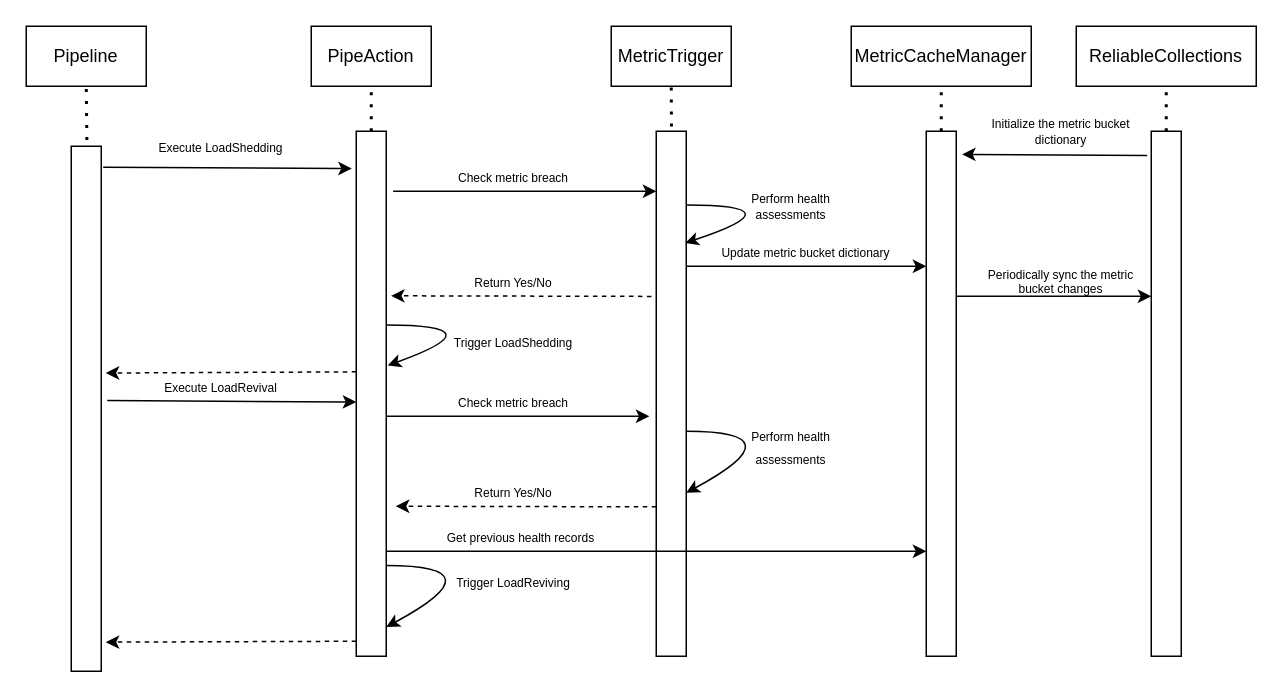
Earlier version of the draw.io diagram LS_phase_2_sequence.drawio (srinivas868/draw.io). Source tidied: cells renumbered, new cells numbered last; positions are measured from the earlier drawing's top-left corner, leaving out a move shared by most shapes. Both pictures are drawn from the tidied source at 150%, with x=0, y=0 at pixel (26, 26).
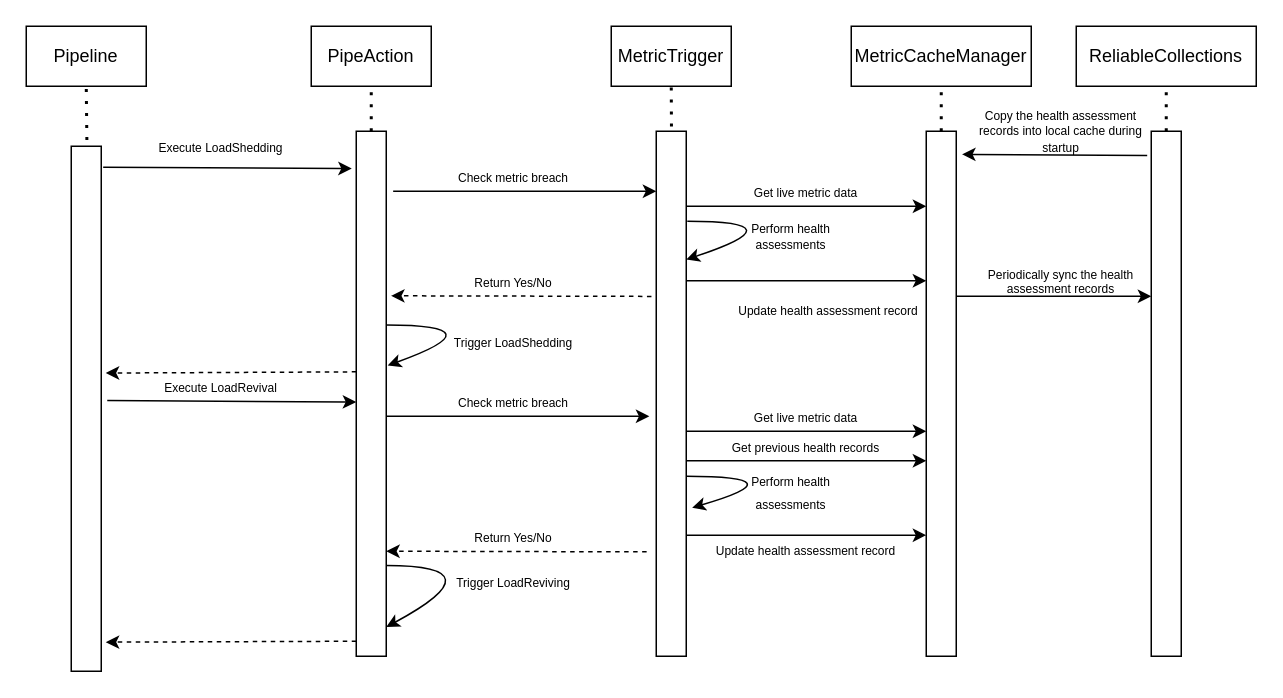
Above is the later version.

The change refers to these unchanged cells:
```xml
<mxCell id="4" style="rounded=0;whiteSpace=wrap;html=1;" parent="1" vertex="1">
  <mxGeometry x="420" y="70" width="20" height="350" as="geometry" />
</mxCell>
<mxCell id="5" style="rounded=0;whiteSpace=wrap;html=1;" parent="1" vertex="1">
  <mxGeometry x="600" y="70" width="20" height="350" as="geometry" />
</mxCell>
```

What changed in the source:
```diff
@@
     <mxCell id="21" value="&lt;p style=&quot;line-height: 70%;&quot;&gt;&lt;font style=&quot;font-size: 8px;&quot;&gt;Perform health assessments&lt;/font&gt;&lt;/p&gt;" style="text;html=1;strokeColor=none;fillColor=none;align=center;verticalAlign=middle;whiteSpace=wrap;rounded=0;" parent="1" vertex="1">
-      <mxGeometry x="470" y="110" width="80" height="20" as="geometry" />
+      <mxGeometry x="470" y="130" width="80" height="20" as="geometry" />
     </mxCell>
-    <mxCell id="22" style="endArrow=classic;html=1;exitX=1.193;exitY=0.2;exitDx=0;exitDy=0;exitPerimeter=0;curved=1;entryX=0.964;entryY=0.213;entryDx=0;entryDy=0;entryPerimeter=0;" parent="1" edge="1" target="4">
+    <mxCell id="22" style="endArrow=classic;html=1;exitX=1.193;exitY=0.2;exitDx=0;exitDy=0;exitPerimeter=0;curved=1;entryX=0.964;entryY=0.213;entryDx=0;entryDy=0;entryPerimeter=0;" parent="1" edge="1">
       <mxGeometry relative="1" as="geometry">
-        <mxPoint x="440" y="119.1" as="sourcePoint" />
+        <mxPoint x="440.7" y="130" as="sourcePoint" />
+        <mxPoint x="440" y="155.5" as="targetPoint" />
         <Array as="points">
-          <mxPoint x="516.1" y="119.1" />
+          <mxPoint x="516.9" y="130" />
         </Array>
       </mxGeometry>
     </mxCell>
@@
-    <mxCell id="31" style="endArrow=classic;html=1;exitX=1.193;exitY=0.2;exitDx=0;exitDy=0;exitPerimeter=0;curved=1;entryX=1.193;entryY=0.317;entryDx=0;entryDy=0;entryPerimeter=0;" parent="1" edge="1">
+    <mxCell id="31" style="endArrow=classic;html=1;exitX=1.193;exitY=0.2;exitDx=0;exitDy=0;exitPerimeter=0;curved=1;entryX=1.197;entryY=0.717;entryDx=0;entryDy=0;entryPerimeter=0;" parent="1" edge="1" target="4">
       <mxGeometry relative="1" as="geometry">
-        <mxPoint x="440" y="270" as="sourcePoint" />
-        <mxPoint x="440" y="311" as="targetPoint" />
+        <mxPoint x="440" y="300" as="sourcePoint" />
         <Array as="points">
-          <mxPoint x="516.1" y="270" />
+          <mxPoint x="516.1" y="300" />
         </Array>
       </mxGeometry>
     </mxCell>
     <mxCell id="32" value="&lt;font style=&quot;font-size: 8px;&quot;&gt;Perform health assessments&lt;/font&gt;" style="text;html=1;strokeColor=none;fillColor=none;align=center;verticalAlign=middle;whiteSpace=wrap;rounded=0;" parent="1" vertex="1">
-      <mxGeometry x="470" y="270" width="80" height="20" as="geometry" />
+      <mxGeometry x="470" y="300" width="80" height="20" as="geometry" />
     </mxCell>
-    <mxCell id="33" style="endArrow=classic;html=1;rounded=0;exitX=1.136;exitY=0.139;exitDx=0;exitDy=0;exitPerimeter=0;entryX=0;entryY=0.8;entryDx=0;entryDy=0;entryPerimeter=0;" parent="1" edge="1" target="5">
-      <mxGeometry relative="1" as="geometry">
-        <mxPoint x="240" y="350" as="sourcePoint" />
-      </mxGeometry>
-    </mxCell>
     <mxCell id="34" style="endArrow=classic;html=1;rounded=0;exitX=-0.093;exitY=0.353;exitDx=0;exitDy=0;exitPerimeter=0;entryX=1.021;entryY=0.342;entryDx=0;entryDy=0;entryPerimeter=0;dashed=1;" parent="1" edge="1">
       <mxGeometry relative="1" as="geometry">
-        <mxPoint x="420" y="320.4" as="sourcePoint" />
-        <mxPoint x="246.4" y="320" as="targetPoint" />
+        <mxPoint x="413.6" y="350.4" as="sourcePoint" />
+        <mxPoint x="240" y="350" as="targetPoint" />
       </mxGeometry>
     </mxCell>
     <mxCell id="35" value="&lt;span style=&quot;font-size: 8px;&quot;&gt;Return Yes/No&lt;/span&gt;" style="text;html=1;strokeColor=none;fillColor=none;align=center;verticalAlign=middle;whiteSpace=wrap;rounded=0;" parent="1" vertex="1">
-      <mxGeometry x="270" y="300" width="110" height="20" as="geometry" />
+      <mxGeometry x="270" y="330" width="110" height="20" as="geometry" />
     </mxCell>
-    <mxCell id="36" value="&lt;span style=&quot;font-size: 8px;&quot;&gt;Get previous health records&lt;/span&gt;" style="text;html=1;strokeColor=none;fillColor=none;align=center;verticalAlign=middle;whiteSpace=wrap;rounded=0;" parent="1" vertex="1">
-      <mxGeometry x="270" y="330" width="120" height="20" as="geometry" />
-    </mxCell>
@@
     <mxCell id="38" style="endArrow=classic;html=1;rounded=0;exitX=1.136;exitY=0.139;exitDx=0;exitDy=0;exitPerimeter=0;" parent="1" edge="1">
       <mxGeometry relative="1" as="geometry">
-        <mxPoint x="440" y="160" as="sourcePoint" />
-        <mxPoint x="600" y="160" as="targetPoint" />
+        <mxPoint x="440" y="169.7" as="sourcePoint" />
+        <mxPoint x="600" y="169.7" as="targetPoint" />
       </mxGeometry>
     </mxCell>
-    <mxCell id="39" value="&lt;span style=&quot;font-size: 8px;&quot;&gt;Update metric bucket dictionary&lt;/span&gt;" style="text;html=1;strokeColor=none;fillColor=none;align=center;verticalAlign=middle;whiteSpace=wrap;rounded=0;" parent="1" vertex="1">
-      <mxGeometry x="460" y="140" width="120" height="20" as="geometry" />
+    <mxCell id="39" value="&lt;p style=&quot;line-height: 80%;&quot;&gt;&lt;span style=&quot;font-size: 8px;&quot;&gt;Update health assessment record&lt;/span&gt;&lt;/p&gt;" style="text;html=1;strokeColor=none;fillColor=none;align=center;verticalAlign=middle;whiteSpace=wrap;rounded=0;" parent="1" vertex="1">
+      <mxGeometry x="455" y="340" width="130" height="20" as="geometry" />
     </mxCell>
-    <mxCell id="40" value="&lt;p style=&quot;line-height: 70%;&quot;&gt;&lt;font style=&quot;font-size: 8px;&quot;&gt;Initialize the metric bucket dictionary&lt;/font&gt;&lt;/p&gt;" style="text;html=1;strokeColor=none;fillColor=none;align=center;verticalAlign=middle;whiteSpace=wrap;rounded=0;" parent="1" vertex="1">
+    <mxCell id="40" value="&lt;p style=&quot;line-height: 70%;&quot;&gt;&lt;span style=&quot;font-size: 8px;&quot;&gt;Copy the health assessment records into local cache during startup&lt;/span&gt;&lt;/p&gt;" style="text;html=1;strokeColor=none;fillColor=none;align=center;verticalAlign=middle;whiteSpace=wrap;rounded=0;" parent="1" vertex="1">
       <mxGeometry x="630" y="60" width="120" height="20" as="geometry" />
     </mxCell>
@@
-    <mxCell id="44" value="&lt;p style=&quot;line-height: 60%;&quot;&gt;&lt;font style=&quot;font-size: 8px;&quot;&gt;Periodically sync the metric bucket changes&lt;/font&gt;&lt;/p&gt;" style="text;html=1;strokeColor=none;fillColor=none;align=center;verticalAlign=middle;whiteSpace=wrap;rounded=0;" parent="1" vertex="1">
+    <mxCell id="44" value="&lt;p style=&quot;line-height: 60%;&quot;&gt;&lt;font style=&quot;font-size: 8px;&quot;&gt;Periodically sync the health assessment records&lt;/font&gt;&lt;/p&gt;" style="text;html=1;strokeColor=none;fillColor=none;align=center;verticalAlign=middle;whiteSpace=wrap;rounded=0;" parent="1" vertex="1">
       <mxGeometry x="630" y="160" width="120" height="20" as="geometry" />
     </mxCell>
@@
+    <mxCell id="47" style="endArrow=classic;html=1;rounded=0;exitX=1.136;exitY=0.139;exitDx=0;exitDy=0;exitPerimeter=0;" parent="1" edge="1">
+      <mxGeometry relative="1" as="geometry">
+        <mxPoint x="440" y="270" as="sourcePoint" />
+        <mxPoint x="600" y="270" as="targetPoint" />
+      </mxGeometry>
+    </mxCell>
+    <mxCell id="48" value="&lt;span style=&quot;font-size: 8px;&quot;&gt;Get live metric data&lt;/span&gt;" style="text;html=1;strokeColor=none;fillColor=none;align=center;verticalAlign=middle;whiteSpace=wrap;rounded=0;" parent="1" vertex="1">
+      <mxGeometry x="460" y="250" width="120" height="20" as="geometry" />
+    </mxCell>
+    <mxCell id="49" style="endArrow=classic;html=1;rounded=0;exitX=1.136;exitY=0.139;exitDx=0;exitDy=0;exitPerimeter=0;" parent="1" edge="1">
+      <mxGeometry relative="1" as="geometry">
+        <mxPoint x="440" y="289.7" as="sourcePoint" />
+        <mxPoint x="600" y="289.7" as="targetPoint" />
+      </mxGeometry>
+    </mxCell>
+    <mxCell id="36" value="&lt;span style=&quot;font-size: 8px;&quot;&gt;Get previous health records&lt;/span&gt;" style="text;html=1;strokeColor=none;fillColor=none;align=center;verticalAlign=middle;whiteSpace=wrap;rounded=0;" parent="1" vertex="1">
+      <mxGeometry x="460" y="270" width="120" height="20" as="geometry" />
+    </mxCell>
+    <mxCell id="50" style="endArrow=classic;html=1;rounded=0;exitX=1.136;exitY=0.139;exitDx=0;exitDy=0;exitPerimeter=0;" parent="1" edge="1">
+      <mxGeometry relative="1" as="geometry">
+        <mxPoint x="440" y="120" as="sourcePoint" />
+        <mxPoint x="600" y="120" as="targetPoint" />
+      </mxGeometry>
+    </mxCell>
+    <mxCell id="51" value="&lt;span style=&quot;font-size: 8px;&quot;&gt;Get live metric data&lt;/span&gt;" style="text;html=1;strokeColor=none;fillColor=none;align=center;verticalAlign=middle;whiteSpace=wrap;rounded=0;" parent="1" vertex="1">
+      <mxGeometry x="460" y="100" width="120" height="20" as="geometry" />
+    </mxCell>
+    <mxCell id="52" style="endArrow=classic;html=1;rounded=0;exitX=1.136;exitY=0.139;exitDx=0;exitDy=0;exitPerimeter=0;" parent="1" edge="1">
+      <mxGeometry relative="1" as="geometry">
+        <mxPoint x="440" y="339.3" as="sourcePoint" />
+        <mxPoint x="600" y="339.3" as="targetPoint" />
+      </mxGeometry>
+    </mxCell>
+    <mxCell id="53" value="&lt;p style=&quot;line-height: 80%;&quot;&gt;&lt;span style=&quot;font-size: 8px;&quot;&gt;Update health assessment record&lt;/span&gt;&lt;/p&gt;" style="text;html=1;strokeColor=none;fillColor=none;align=center;verticalAlign=middle;whiteSpace=wrap;rounded=0;" parent="1" vertex="1">
+      <mxGeometry x="470" y="180" width="130" height="20" as="geometry" />
+    </mxCell>
```
